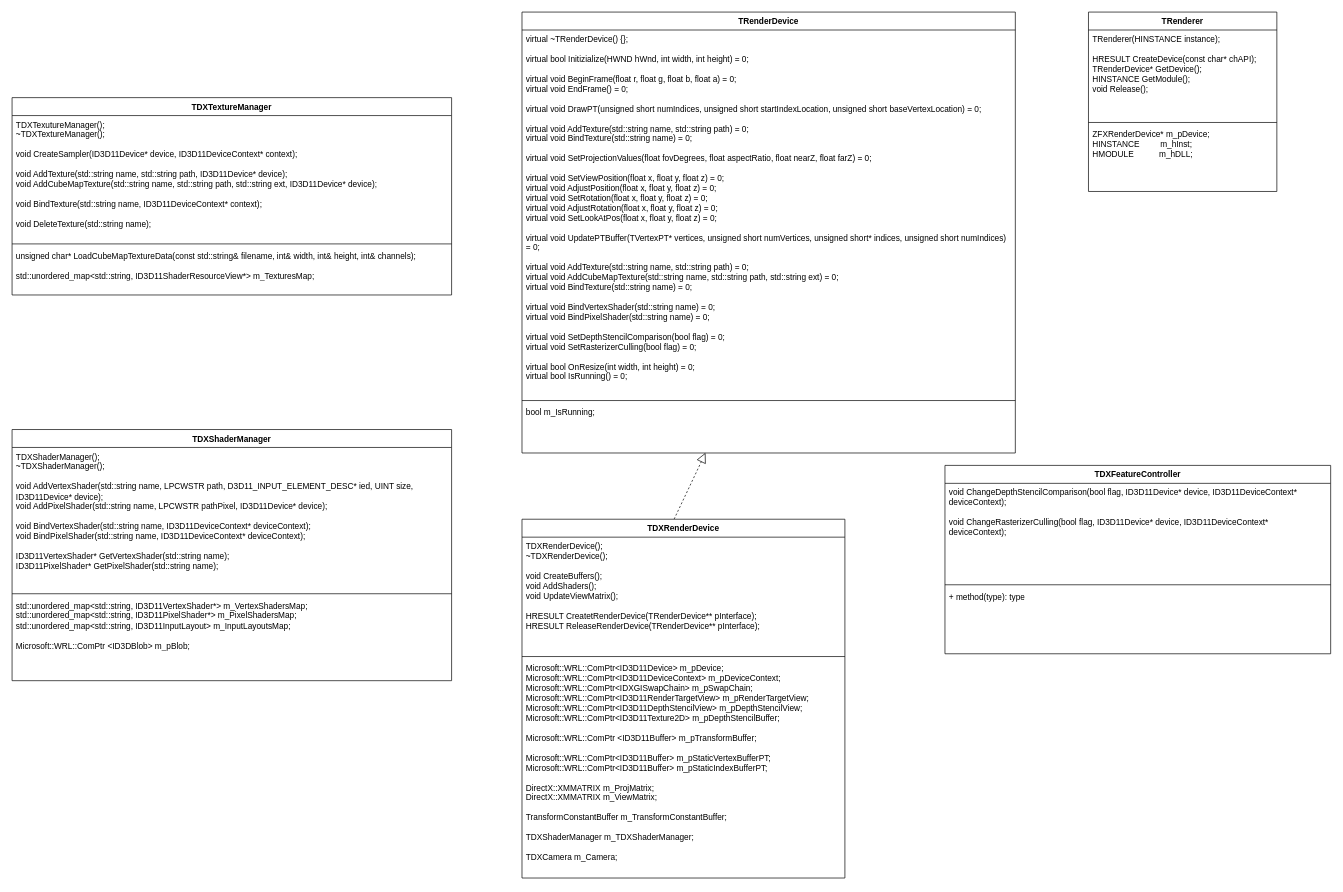
This is UML/TRenderer.drawio from f1oating/TRender, a draw.io file, before an edit. Source tidied: cells renumbered, new cells numbered last; positions are measured from the earlier drawing's top-left corner, leaving out a move shared by most shapes. Both pictures are drawn from the tidied source at 69%, with x=0, y=0 at pixel (12, 12).
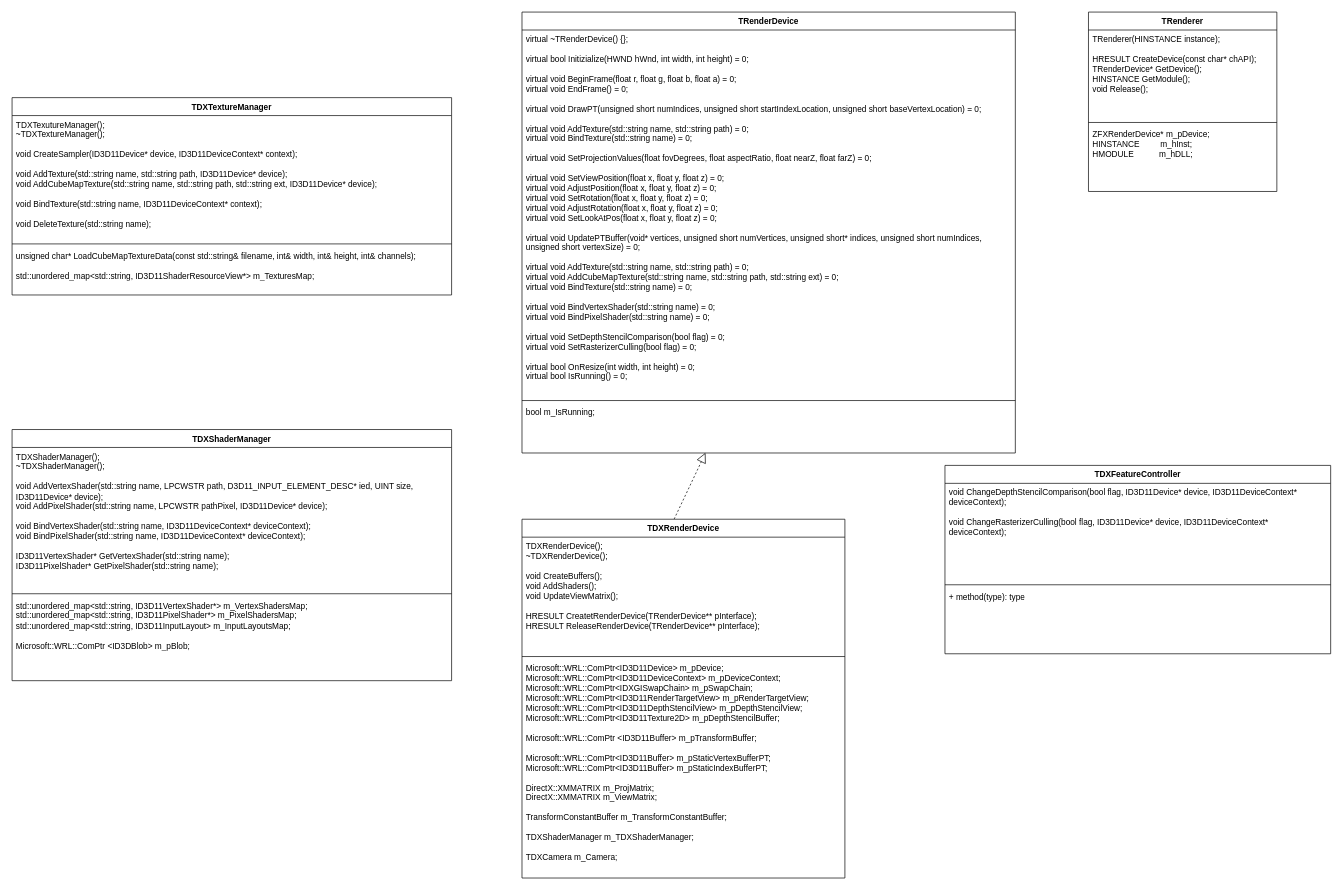
Above is the later version.

Unchanged cells that the change refers to:
```xml
<mxCell id="2" value="TRenderDevice" style="swimlane;fontStyle=1;align=center;verticalAlign=top;horizontal=1;startSize=26;whiteSpace=wrap;html=1;" parent="1" vertex="1">
  <mxGeometry x="739" width="715" height="639" as="geometry" />
</mxCell>
```

What changed in the source:
```diff
@@
-    <mxCell id="3" value="&lt;div&gt;virtual ~TRenderDevice() {};&lt;br&gt;&lt;/div&gt;&lt;div&gt;&lt;br&gt;&lt;/div&gt;&lt;div&gt;virtual bool Initizialize(HWND hWnd, int width, int height) = 0;&lt;/div&gt;&lt;div&gt;&lt;br&gt;&lt;/div&gt;&lt;div&gt;virtual void BeginFrame(float r, float g, float b, float a) = 0;&lt;/div&gt;&lt;div&gt;virtual void EndFrame() = 0;&lt;/div&gt;&lt;div&gt;&lt;br&gt;&lt;/div&gt;&lt;div&gt;virtual void DrawPT(unsigned short numIndices, unsigned short startIndexLocation, unsigned short baseVertexLocation) = 0;&lt;br&gt;&lt;/div&gt;&lt;div&gt;&lt;br&gt;&lt;/div&gt;&lt;div&gt;virtual void AddTexture(std::string name, std::string path) = 0;&lt;br&gt;virtual void BindTexture(std::string name) = 0;&lt;br&gt;&lt;/div&gt;&lt;div&gt;&lt;br&gt;&lt;/div&gt;virtual void SetProjectionValues(float fovDegrees, float aspectRatio, float nearZ, float farZ) = 0;&lt;br&gt;&lt;br&gt;virtual void SetViewPosition(float x, float y, float z) = 0;&lt;br&gt;virtual void AdjustPosition(float x, float y, float z) = 0;&lt;br&gt;virtual void SetRotation(float x, float y, float z) = 0;&lt;br&gt;virtual void AdjustRotation(float x, float y, float z) = 0;&lt;br&gt;virtual void SetLookAtPos(float x, float y, float z) = 0;&lt;div&gt;&lt;br&gt;&lt;/div&gt;&lt;div&gt;virtual void UpdatePTBuffer(TVertexPT* vertices, unsigned short numVertices, unsigned short* indices, unsigned short numIndices) = 0;&lt;/div&gt;&lt;div&gt;&lt;br&gt;&lt;/div&gt;&lt;div&gt;virtual void AddTexture(std::string name, std::string path) = 0;&lt;/div&gt;&lt;div&gt;virtual void AddCubeMapTexture(std::string name, std::string path, std::string ext) = 0;&lt;br&gt;&lt;/div&gt;&lt;div&gt;virtual void BindTexture(std::string name) = 0;&lt;/div&gt;&lt;div&gt;&lt;br&gt;&lt;/div&gt;&lt;div&gt;virtual void BindVertexShader(std::string name) = 0;&lt;br&gt;virtual void BindPixelShader(std::string name) = 0;&lt;/div&gt;&lt;div&gt;&lt;br&gt;&lt;/div&gt;&lt;div&gt;virtual void SetDepthStencilComparison(bool flag) = 0;&lt;br&gt;virtual void SetRasterizerCulling(bool flag) = 0;&lt;br&gt;&lt;/div&gt;&lt;div&gt;&lt;br&gt;&lt;/div&gt;&lt;div&gt;virtual bool OnResize(int width, int height) = 0;&lt;/div&gt;&lt;div&gt;virtual bool IsRunning() = 0;&lt;br&gt;&lt;/div&gt;" style="text;strokeColor=none;fillColor=none;align=left;verticalAlign=top;spacingLeft=4;spacingRight=4;overflow=hidden;whiteSpace=wrap;html=1;" parent="2" vertex="1">
+    <mxCell id="3" value="&lt;div&gt;virtual ~TRenderDevice() {};&lt;br&gt;&lt;/div&gt;&lt;div&gt;&lt;br&gt;&lt;/div&gt;&lt;div&gt;virtual bool Initizialize(HWND hWnd, int width, int height) = 0;&lt;/div&gt;&lt;div&gt;&lt;br&gt;&lt;/div&gt;&lt;div&gt;virtual void BeginFrame(float r, float g, float b, float a) = 0;&lt;/div&gt;&lt;div&gt;virtual void EndFrame() = 0;&lt;/div&gt;&lt;div&gt;&lt;br&gt;&lt;/div&gt;&lt;div&gt;virtual void DrawPT(unsigned short numIndices, unsigned short startIndexLocation, unsigned short baseVertexLocation) = 0;&lt;br&gt;&lt;/div&gt;&lt;div&gt;&lt;br&gt;&lt;/div&gt;&lt;div&gt;virtual void AddTexture(std::string name, std::string path) = 0;&lt;br&gt;virtual void BindTexture(std::string name) = 0;&lt;br&gt;&lt;/div&gt;&lt;div&gt;&lt;br&gt;&lt;/div&gt;virtual void SetProjectionValues(float fovDegrees, float aspectRatio, float nearZ, float farZ) = 0;&lt;br&gt;&lt;br&gt;virtual void SetViewPosition(float x, float y, float z) = 0;&lt;br&gt;virtual void AdjustPosition(float x, float y, float z) = 0;&lt;br&gt;virtual void SetRotation(float x, float y, float z) = 0;&lt;br&gt;virtual void AdjustRotation(float x, float y, float z) = 0;&lt;br&gt;virtual void SetLookAtPos(float x, float y, float z) = 0;&lt;div&gt;&lt;br&gt;&lt;/div&gt;&lt;div&gt;virtual void UpdatePTBuffer(void* vertices, unsigned short numVertices, unsigned short* indices, unsigned short numIndices, unsigned short vertexSize) = 0;&lt;/div&gt;&lt;div&gt;&lt;br&gt;&lt;/div&gt;&lt;div&gt;virtual void AddTexture(std::string name, std::string path) = 0;&lt;/div&gt;&lt;div&gt;virtual void AddCubeMapTexture(std::string name, std::string path, std::string ext) = 0;&lt;br&gt;&lt;/div&gt;&lt;div&gt;virtual void BindTexture(std::string name) = 0;&lt;/div&gt;&lt;div&gt;&lt;br&gt;&lt;/div&gt;&lt;div&gt;virtual void BindVertexShader(std::string name) = 0;&lt;br&gt;virtual void BindPixelShader(std::string name) = 0;&lt;/div&gt;&lt;div&gt;&lt;br&gt;&lt;/div&gt;&lt;div&gt;virtual void SetDepthStencilComparison(bool flag) = 0;&lt;br&gt;virtual void SetRasterizerCulling(bool flag) = 0;&lt;br&gt;&lt;/div&gt;&lt;div&gt;&lt;br&gt;&lt;/div&gt;&lt;div&gt;virtual bool OnResize(int width, int height) = 0;&lt;/div&gt;&lt;div&gt;virtual bool IsRunning() = 0;&lt;br&gt;&lt;/div&gt;" style="text;strokeColor=none;fillColor=none;align=left;verticalAlign=top;spacingLeft=4;spacingRight=4;overflow=hidden;whiteSpace=wrap;html=1;" parent="2" vertex="1">
       <mxGeometry y="26" width="715" height="533" as="geometry" />
     </mxCell>
```
